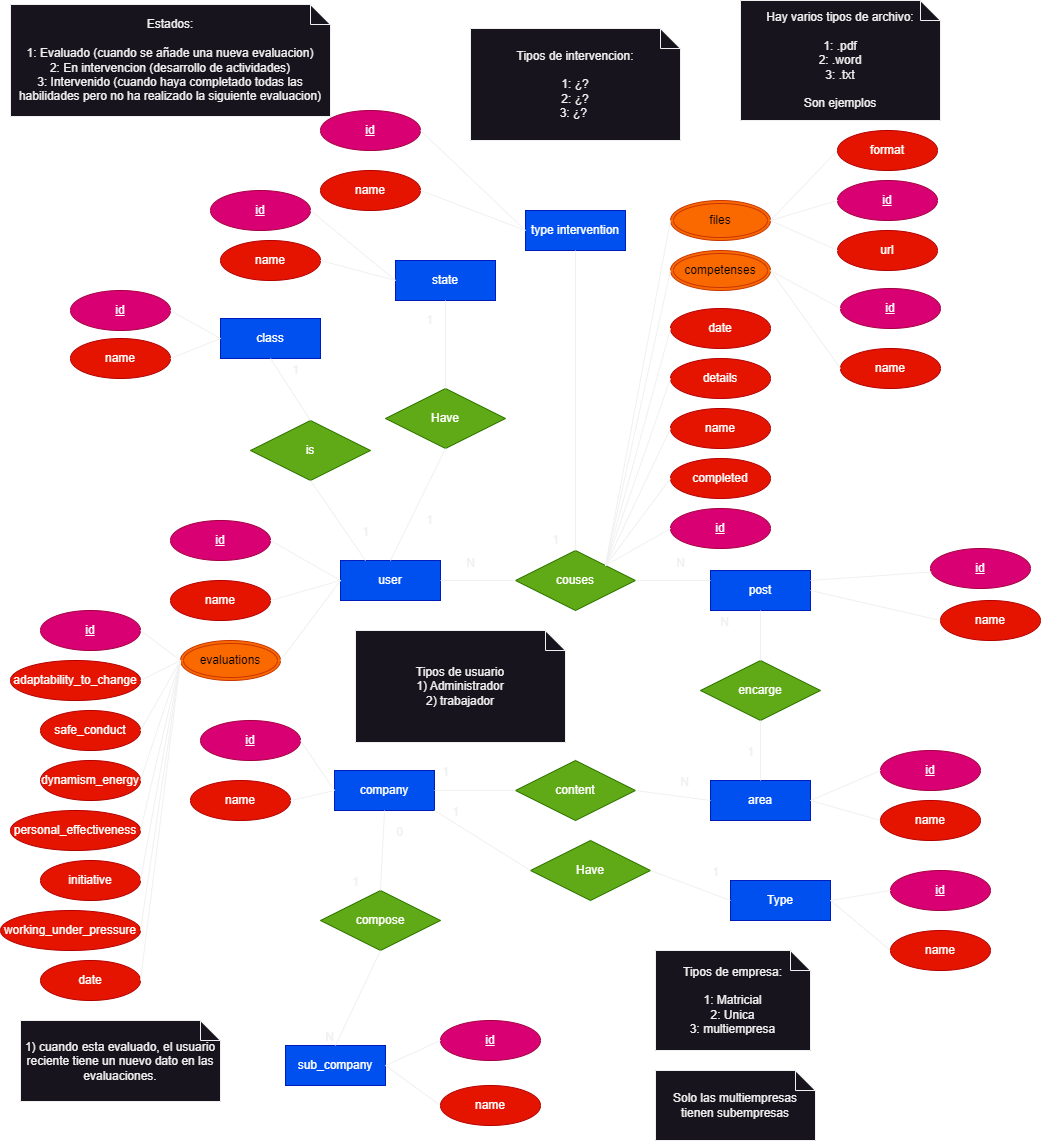
Before: theory/image DB.png, a diagram exported from draw.io (LosTraicionados/LosTraicionados-Backend). Source tidied: cells renumbered, new cells last; positions are measured from the earlier drawing's top-left corner, leaving out a move shared by most shapes.
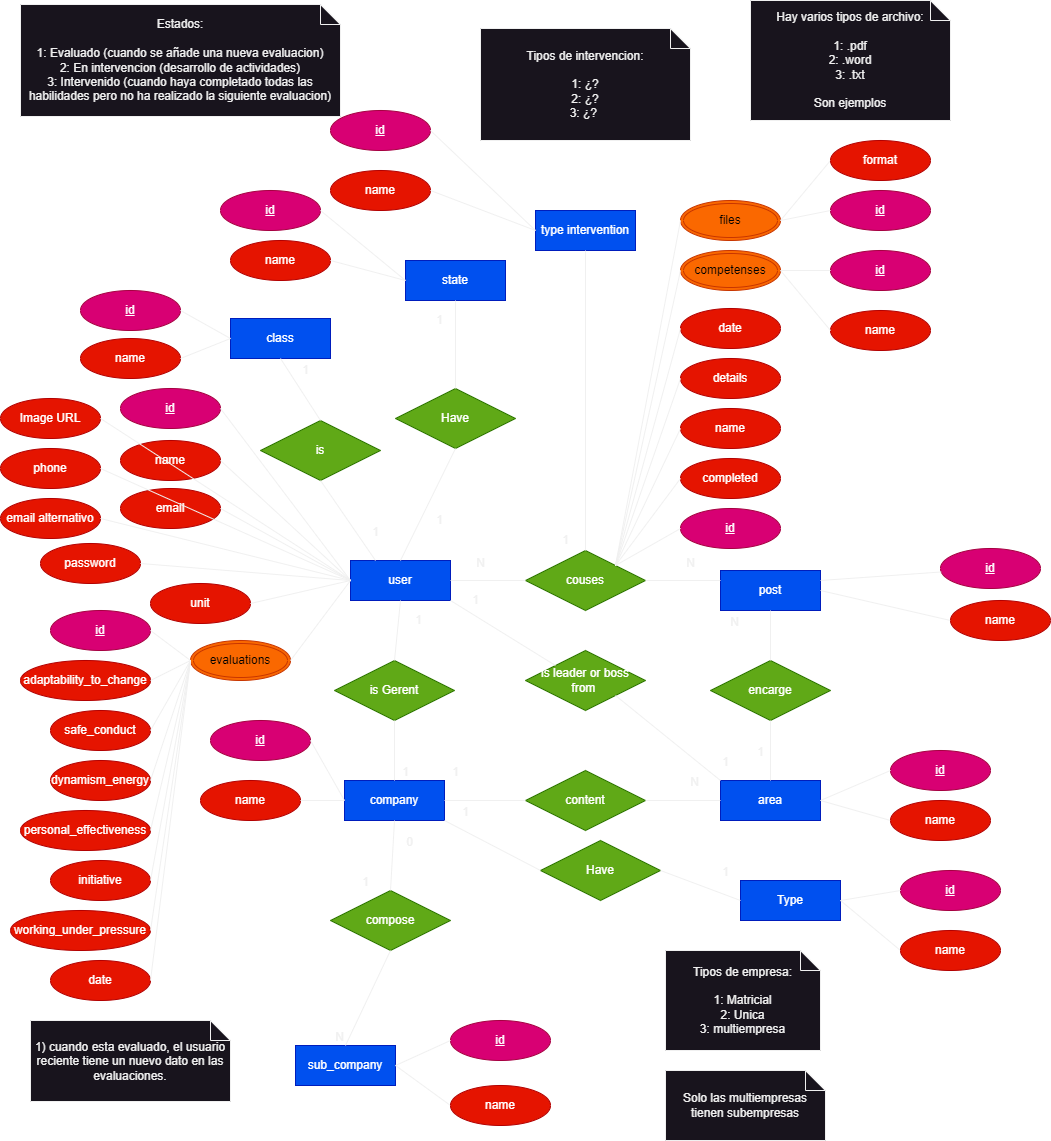
After the commit.

Change to the diagram source:
```diff
@@ -6,10 +6,10 @@
       <mxGeometry x="340" y="560" width="100" height="40" as="geometry" />
     </mxCell>
     <mxCell id="3" value="id" style="ellipse;whiteSpace=wrap;html=1;align=center;fontStyle=4;fillColor=#d80073;fontColor=#ffffff;strokeColor=#A50040;" parent="1" vertex="1">
-      <mxGeometry x="170" y="520" width="100" height="40" as="geometry" />
+      <mxGeometry x="110" y="388" width="100" height="40" as="geometry" />
     </mxCell>
     <mxCell id="4" value="name" style="ellipse;whiteSpace=wrap;html=1;align=center;fillColor=#e51400;fontColor=#ffffff;strokeColor=#B20000;fontStyle=0;" parent="1" vertex="1">
-      <mxGeometry x="170" y="580" width="100" height="40" as="geometry" />
+      <mxGeometry x="110" y="440" width="100" height="40" as="geometry" />
     </mxCell>
     <mxCell id="5" style="endArrow=none;html=1;rounded=0;exitX=1;exitY=0.5;exitDx=0;exitDy=0;entryX=0;entryY=0.5;entryDx=0;entryDy=0;" parent="1" edge="1" source="3" target="2">
       <mxGeometry relative="1" as="geometry" />
@@ -18,7 +18,7 @@
       <mxGeometry relative="1" as="geometry" />
     </mxCell>
     <mxCell id="7" value="company" style="whiteSpace=wrap;html=1;align=center;fillColor=#0050ef;fontColor=#ffffff;strokeColor=#001DBC;" parent="1" vertex="1">
-      <mxGeometry x="334" y="770" width="100" height="40" as="geometry" />
+      <mxGeometry x="334" y="780" width="100" height="40" as="geometry" />
     </mxCell>
     <mxCell id="8" value="id" style="ellipse;whiteSpace=wrap;html=1;align=center;fontStyle=4;fillColor=#d80073;fontColor=#ffffff;strokeColor=#A50040;" parent="1" vertex="1">
       <mxGeometry x="200" y="720" width="100" height="40" as="geometry" />
@@ -176,7 +176,7 @@
       <mxGeometry x="755" y="760" as="geometry" />
     </mxCell>
     <mxCell id="59" value="content" style="shape=rhombus;perimeter=rhombusPerimeter;whiteSpace=wrap;html=1;align=center;fillColor=#60a917;fontColor=#ffffff;strokeColor=#2D7600;" parent="1" vertex="1">
-      <mxGeometry x="515" y="760" width="120" height="60" as="geometry" />
+      <mxGeometry x="515" y="770" width="120" height="60" as="geometry" />
     </mxCell>
     <mxCell id="60" style="endArrow=none;html=1;rounded=0;entryX=1;entryY=0.5;entryDx=0;entryDy=0;exitX=0;exitY=0.5;exitDx=0;exitDy=0;" parent="1" edge="1" source="59" target="7">
       <mxGeometry relative="1" as="geometry" />
@@ -323,7 +323,7 @@
       <mxGeometry relative="1" as="geometry" />
     </mxCell>
     <mxCell id="108" value="name" style="ellipse;whiteSpace=wrap;html=1;align=center;fillColor=#e51400;fontColor=#ffffff;strokeColor=#B20000;" parent="1" vertex="1">
-      <mxGeometry x="840" y="348" width="100" height="40" as="geometry" />
+      <mxGeometry x="820" y="310" width="100" height="40" as="geometry" />
     </mxCell>
     <mxCell id="109" style="endArrow=none;html=1;rounded=0;entryX=1;entryY=0.5;entryDx=0;entryDy=0;exitX=0;exitY=0.5;exitDx=0;exitDy=0;" parent="1" edge="1" source="108" target="99">
       <mxGeometry relative="1" as="geometry" />
@@ -332,16 +332,16 @@
       <mxGeometry relative="1" as="geometry" />
     </mxCell>
     <mxCell id="111" value="format" style="ellipse;whiteSpace=wrap;html=1;align=center;fillColor=#e51400;fontColor=#ffffff;strokeColor=#B20000;" parent="1" vertex="1">
-      <mxGeometry x="837" y="130" width="100" height="40" as="geometry" />
+      <mxGeometry x="820" y="140" width="100" height="40" as="geometry" />
     </mxCell>
     <mxCell id="112" value="id" style="ellipse;whiteSpace=wrap;html=1;align=center;fontStyle=4;fillColor=#d80073;fontColor=#ffffff;strokeColor=#A50040;" parent="1" vertex="1">
-      <mxGeometry x="837" y="180" width="100" height="40" as="geometry" />
+      <mxGeometry x="820" y="190" width="100" height="40" as="geometry" />
     </mxCell>
     <mxCell id="113" style="endArrow=none;html=1;rounded=0;entryX=1;entryY=0.5;entryDx=0;entryDy=0;exitX=0;exitY=0.5;exitDx=0;exitDy=0;" parent="1" edge="1" source="112" target="100">
       <mxGeometry relative="1" as="geometry" />
     </mxCell>
     <mxCell id="114" value="id" style="ellipse;whiteSpace=wrap;html=1;align=center;fontStyle=4;fillColor=#d80073;fontColor=#ffffff;strokeColor=#A50040;" parent="1" vertex="1">
-      <mxGeometry x="840" y="288" width="100" height="40" as="geometry" />
+      <mxGeometry x="820" y="250" width="100" height="40" as="geometry" />
     </mxCell>
     <mxCell id="115" style="endArrow=none;html=1;rounded=0;entryX=1;entryY=0.5;entryDx=0;entryDy=0;exitX=0;exitY=0.5;exitDx=0;exitDy=0;" parent="1" edge="1" source="114" target="99">
       <mxGeometry relative="1" as="geometry" />
@@ -391,14 +391,73 @@
     <mxCell id="130" style="endArrow=none;html=1;rounded=0;entryX=1;entryY=0.5;entryDx=0;entryDy=0;exitX=0;exitY=0.5;exitDx=0;exitDy=0;" parent="1" edge="1" source="121" target="127">
       <mxGeometry relative="1" as="geometry" />
     </mxCell>
-    <mxCell id="131" value="Tipos de usuario&lt;div&gt;1) Administrador&lt;/div&gt;&lt;div&gt;2) trabajador&lt;/div&gt;" style="shape=note;size=20;whiteSpace=wrap;html=1;" parent="1" vertex="1">
-      <mxGeometry x="355" y="630" width="210" height="112" as="geometry" />
-    </mxCell>
-    <mxCell id="132" value="url" style="ellipse;whiteSpace=wrap;html=1;align=center;fillColor=#e51400;fontColor=#ffffff;strokeColor=#B20000;" parent="1" vertex="1">
-      <mxGeometry x="837" y="230" width="100" height="40" as="geometry" />
-    </mxCell>
-    <mxCell id="133" style="endArrow=none;html=1;rounded=0;entryX=1;entryY=0.5;entryDx=0;entryDy=0;exitX=0;exitY=0.5;exitDx=0;exitDy=0;" parent="1" edge="1" source="132" target="100">
-      <mxGeometry relative="1" as="geometry" />
-    </mxCell>
+    <mxCell id="134" value="email" style="ellipse;whiteSpace=wrap;html=1;align=center;fillColor=#e51400;fontColor=#ffffff;strokeColor=#B20000;fontStyle=0;" parent="1" vertex="1">
+      <mxGeometry x="110" y="488" width="100" height="40" as="geometry" />
+    </mxCell>
+    <mxCell id="135" value="password" style="ellipse;whiteSpace=wrap;html=1;align=center;fillColor=#e51400;fontColor=#ffffff;strokeColor=#B20000;fontStyle=0;" parent="1" vertex="1">
+      <mxGeometry x="30" y="543" width="100" height="40" as="geometry" />
+    </mxCell>
+    <mxCell id="136" style="endArrow=none;html=1;rounded=0;exitX=1;exitY=0.5;exitDx=0;exitDy=0;entryX=0;entryY=0.5;entryDx=0;entryDy=0;" parent="1" edge="1" source="134" target="2">
+      <mxGeometry relative="1" as="geometry" />
+    </mxCell>
+    <mxCell id="137" style="endArrow=none;html=1;rounded=0;exitX=1;exitY=0.5;exitDx=0;exitDy=0;entryX=0;entryY=0.5;entryDx=0;entryDy=0;" parent="1" edge="1" source="135" target="2">
+      <mxGeometry relative="1" as="geometry" />
+    </mxCell>
+    <mxCell id="138" value="unit" style="ellipse;whiteSpace=wrap;html=1;align=center;fillColor=#e51400;fontColor=#ffffff;strokeColor=#B20000;fontStyle=0;" parent="1" vertex="1">
+      <mxGeometry x="140" y="583" width="100" height="40" as="geometry" />
+    </mxCell>
+    <mxCell id="139" style="endArrow=none;html=1;rounded=0;exitX=1;exitY=0.5;exitDx=0;exitDy=0;entryX=0;entryY=0.5;entryDx=0;entryDy=0;" parent="1" edge="1" source="138" target="2">
+      <mxGeometry relative="1" as="geometry" />
+    </mxCell>
+    <mxCell id="140" value="is Gerent" style="shape=rhombus;perimeter=rhombusPerimeter;whiteSpace=wrap;html=1;align=center;fillColor=#60a917;fontColor=#ffffff;strokeColor=#2D7600;" parent="1" vertex="1">
+      <mxGeometry x="324" y="660" width="120" height="60" as="geometry" />
+    </mxCell>
+    <mxCell id="141" style="endArrow=none;html=1;rounded=0;entryX=0.5;entryY=1;entryDx=0;entryDy=0;exitX=0.5;exitY=0;exitDx=0;exitDy=0;" parent="1" edge="1" source="140" target="2">
+      <mxGeometry relative="1" as="geometry" />
+    </mxCell>
+    <mxCell id="142" style="endArrow=none;html=1;rounded=0;entryX=0.5;entryY=1;entryDx=0;entryDy=0;exitX=0.5;exitY=0;exitDx=0;exitDy=0;" parent="1" edge="1" source="7" target="140">
+      <mxGeometry relative="1" as="geometry" />
+    </mxCell>
+    <mxCell id="143" value="1" style="html=1;whiteSpace=wrap;align=right;verticalAlign=bottom;" parent="1" vertex="1">
+      <mxGeometry x="444" y="538" as="geometry">
+        <mxPoint x="-31" y="90" as="offset" />
+      </mxGeometry>
+    </mxCell>
+    <mxCell id="144" value="1" style="html=1;whiteSpace=wrap;align=right;verticalAlign=bottom;" parent="1" vertex="1">
+      <mxGeometry x="400" y="780" as="geometry" />
+    </mxCell>
+    <mxCell id="145" value="is leader or boss&lt;div&gt;from&amp;nbsp;&lt;/div&gt;" style="shape=rhombus;perimeter=rhombusPerimeter;whiteSpace=wrap;html=1;align=center;fillColor=#60a917;fontColor=#ffffff;strokeColor=#2D7600;" parent="1" vertex="1">
+      <mxGeometry x="515" y="650" width="120" height="60" as="geometry" />
+    </mxCell>
+    <mxCell id="146" style="endArrow=none;html=1;rounded=0;entryX=1;entryY=1;entryDx=0;entryDy=0;exitX=0;exitY=0;exitDx=0;exitDy=0;" parent="1" edge="1" source="145" target="2">
+      <mxGeometry relative="1" as="geometry" />
+    </mxCell>
+    <mxCell id="147" value="1" style="html=1;whiteSpace=wrap;align=right;verticalAlign=bottom;" parent="1" vertex="1">
+      <mxGeometry x="470" y="608" as="geometry" />
+    </mxCell>
+    <mxCell id="148" value="1" style="html=1;whiteSpace=wrap;align=right;verticalAlign=bottom;" parent="1" vertex="1">
+      <mxGeometry x="720" y="770" as="geometry" />
+    </mxCell>
+    <mxCell id="149" style="endArrow=none;html=1;rounded=0;entryX=0;entryY=0;entryDx=0;entryDy=0;exitX=1;exitY=1;exitDx=0;exitDy=0;" parent="1" edge="1" source="145" target="10">
+      <mxGeometry relative="1" as="geometry" />
+    </mxCell>
+    <mxCell id="150" value="email alternativo" style="ellipse;whiteSpace=wrap;html=1;align=center;fillColor=#e51400;fontColor=#ffffff;strokeColor=#B20000;fontStyle=0;" parent="1" vertex="1">
+      <mxGeometry x="-10" y="498" width="100" height="40" as="geometry" />
+    </mxCell>
+    <mxCell id="151" style="endArrow=none;html=1;rounded=0;exitX=1;exitY=0.5;exitDx=0;exitDy=0;entryX=0;entryY=0.5;entryDx=0;entryDy=0;" parent="1" edge="1" source="150" target="2">
+      <mxGeometry relative="1" as="geometry" />
+    </mxCell>
+    <mxCell id="152" value="phone" style="ellipse;whiteSpace=wrap;html=1;align=center;fillColor=#e51400;fontColor=#ffffff;strokeColor=#B20000;fontStyle=0;" parent="1" vertex="1">
+      <mxGeometry x="-10" y="448" width="100" height="40" as="geometry" />
+    </mxCell>
+    <mxCell id="153" style="endArrow=none;html=1;rounded=0;exitX=1;exitY=0.5;exitDx=0;exitDy=0;entryX=0;entryY=0.5;entryDx=0;entryDy=0;" parent="1" edge="1" source="152" target="2">
+      <mxGeometry relative="1" as="geometry" />
+    </mxCell>
+    <mxCell id="154" value="Image URL" style="ellipse;whiteSpace=wrap;html=1;align=center;fillColor=#e51400;fontColor=#ffffff;strokeColor=#B20000;fontStyle=0;" parent="1" vertex="1">
+      <mxGeometry x="-10" y="398" width="100" height="40" as="geometry" />
+    </mxCell>
+    <mxCell id="155" style="endArrow=none;html=1;rounded=0;exitX=1;exitY=0.5;exitDx=0;exitDy=0;entryX=0;entryY=0.5;entryDx=0;entryDy=0;" parent="1" edge="1" source="154" target="2">
+      <mxGeometry relative="1" as="geometry" />
+    </mxCell>
   </root>
 </mxGraphModel>
```
